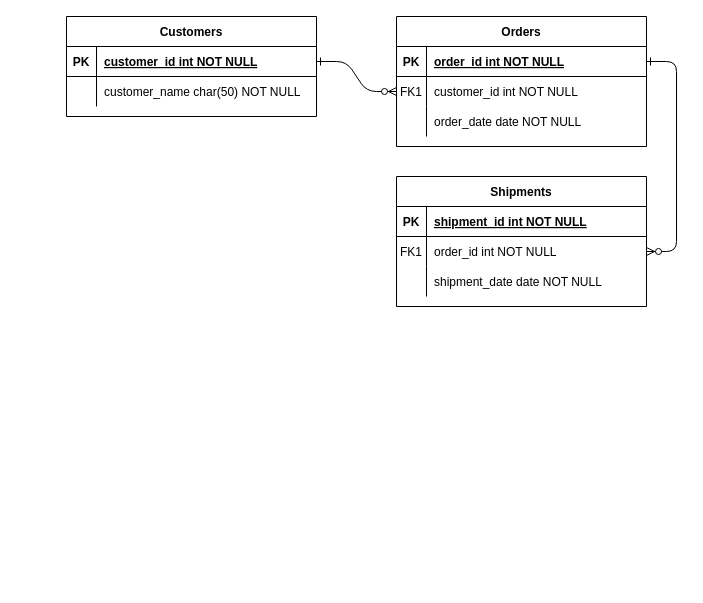
SamuelZZFD/4320-get-demo keeps this draw.io diagram as Untitled Diagram.drawio. Above is the earlier version. Source tidied: cells renumbered, new cells numbered last; positions are measured from the earlier drawing's top-left corner, leaving out a move shared by most shapes. Both pictures are drawn from the tidied source at 100%, with x=0, y=0 at pixel (66, 16).
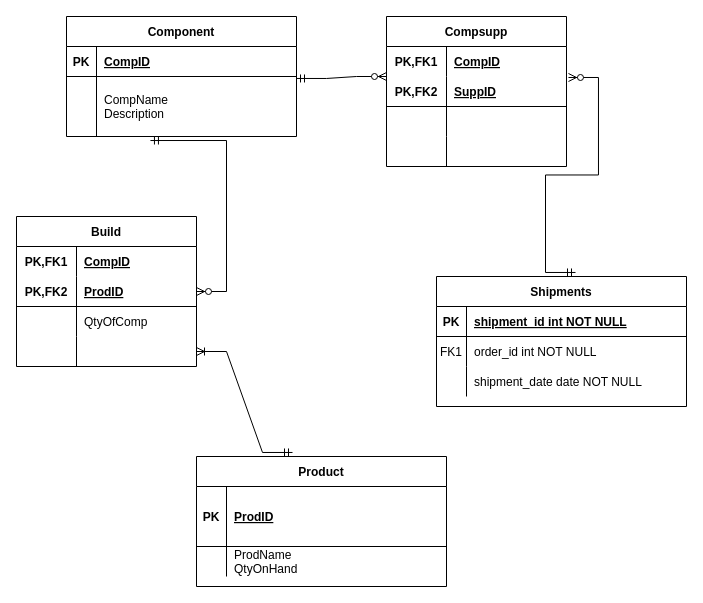
After the change.

Unchanged cells that the change refers to:
```xml
<mxCell id="11" style="shape=partialRectangle;fillColor=none;top=0;left=0;right=0;bottom=0;" parent="4" vertex="1">
  <mxGeometry y="90" width="250" height="30" as="geometry" />
</mxCell>
<mxCell id="18" style="shape=partialRectangle;fillColor=none;points=[[0,0.5],[1,0.5]];portConstraint=eastwest;top=0;left=0;right=0;bottom=0;" parent="14" vertex="1">
  <mxGeometry y="60" width="250" height="30" as="geometry" />
</mxCell>
```

Change to the diagram source:
```diff
@@
-    <mxCell id="2" style="edgeStyle=entityRelationEdgeStyle;endArrow=ERzeroToMany;startArrow=ERone;endFill=1;startFill=0;" parent="1" edge="1" source="25" target="8">
-      <mxGeometry relative="1" as="geometry" />
-    </mxCell>
-    <mxCell id="3" style="edgeStyle=entityRelationEdgeStyle;endArrow=ERzeroToMany;startArrow=ERone;endFill=1;startFill=0;" parent="1" edge="1" source="5" target="18">
-      <mxGeometry relative="1" as="geometry" />
-    </mxCell>
-    <mxCell id="4" value="Orders" style="shape=table;startSize=30;childLayout=tableLayout;rowLines=0;fontStyle=1;align=center;" parent="1" vertex="1">
-      <mxGeometry x="330" width="250" height="130" as="geometry" />
+    <mxCell id="4" value="Product" style="shape=table;startSize=30;childLayout=tableLayout;rowLines=0;fontStyle=1;align=center;" parent="1" vertex="1">
+      <mxGeometry x="130" y="440" width="250" height="130" as="geometry" />
     </mxCell>
     <mxCell id="5" style="shape=partialRectangle;fillColor=none;points=[[0,0.5],[1,0.5]];portConstraint=eastwest;top=0;left=0;right=0;bottom=1;" parent="4" vertex="1">
-      <mxGeometry y="30" width="250" height="30" as="geometry" />
+      <mxGeometry y="30" width="250" height="60" as="geometry" />
     </mxCell>
     <mxCell id="6" value="PK" style="shape=partialRectangle;overflow=hidden;fillColor=none;top=0;left=0;bottom=0;right=0;fontStyle=1;" parent="5" vertex="1">
-      <mxGeometry width="30" height="30" as="geometry" />
+      <mxGeometry width="30" height="60" as="geometry" />
     </mxCell>
-    <mxCell id="7" value="order_id int NOT NULL " style="shape=partialRectangle;overflow=hidden;fillColor=none;top=0;left=0;bottom=0;right=0;align=left;spacingLeft=6;fontStyle=5;" parent="5" vertex="1">
-      <mxGeometry x="30" width="220" height="30" as="geometry" />
+    <mxCell id="7" value="ProdID" style="shape=partialRectangle;overflow=hidden;fillColor=none;top=0;left=0;bottom=0;right=0;align=left;spacingLeft=6;fontStyle=5;" parent="5" vertex="1">
+      <mxGeometry x="30" width="220" height="60" as="geometry" />
     </mxCell>
-    <mxCell id="8" style="shape=partialRectangle;fillColor=none;points=[[0,0.5],[1,0.5]];portConstraint=eastwest;top=0;left=0;right=0;bottom=0;" parent="4" vertex="1">
-      <mxGeometry y="60" width="250" height="30" as="geometry" />
-    </mxCell>
-    <mxCell id="9" value="FK1" style="shape=partialRectangle;overflow=hidden;fillColor=none;top=0;left=0;bottom=0;right=0;" parent="8" vertex="1">
-      <mxGeometry width="30" height="30" as="geometry" />
-    </mxCell>
-    <mxCell id="10" value="customer_id int NOT NULL" style="shape=partialRectangle;overflow=hidden;fillColor=none;top=0;left=0;bottom=0;right=0;align=left;spacingLeft=6;" parent="8" vertex="1">
-      <mxGeometry x="30" width="220" height="30" as="geometry" />
-    </mxCell>
@@
-    <mxCell id="13" value="order_date date NOT NULL" style="shape=partialRectangle;overflow=hidden;fillColor=none;top=0;left=0;bottom=0;right=0;align=left;spacingLeft=6;" parent="11" vertex="1">
+    <mxCell id="13" value="ProdName&#10;QtyOnHand" style="shape=partialRectangle;overflow=hidden;fillColor=none;top=0;left=0;bottom=0;right=0;align=left;spacingLeft=6;" parent="11" vertex="1">
       <mxGeometry x="30" width="220" height="30" as="geometry" />
     </mxCell>
     <mxCell id="14" value="Shipments" style="shape=table;startSize=30;childLayout=tableLayout;rowLines=0;fontStyle=1;align=center;" parent="1" vertex="1">
-      <mxGeometry x="330" y="160" width="250" height="130" as="geometry" />
+      <mxGeometry x="370" y="260" width="250" height="130" as="geometry" />
     </mxCell>
@@
-    <mxCell id="24" value="Customers" style="shape=table;startSize=30;childLayout=tableLayout;rowLines=0;fontStyle=1;align=center;" parent="1" vertex="1">
-      <mxGeometry width="250" height="100" as="geometry" />
+    <mxCell id="24" value="Component" style="shape=table;startSize=30;childLayout=tableLayout;rowLines=0;fontStyle=1;align=center;" parent="1" vertex="1">
+      <mxGeometry width="230" height="120" as="geometry" />
     </mxCell>
     <mxCell id="25" style="shape=partialRectangle;fillColor=none;points=[[0,0.5],[1,0.5]];portConstraint=eastwest;top=0;left=0;right=0;bottom=1;" parent="24" vertex="1">
-      <mxGeometry y="30" width="250" height="30" as="geometry" />
+      <mxGeometry y="30" width="230" height="30" as="geometry" />
     </mxCell>
@@
-    <mxCell id="27" value="customer_id int NOT NULL " style="shape=partialRectangle;overflow=hidden;fillColor=none;top=0;left=0;bottom=0;right=0;align=left;spacingLeft=6;fontStyle=5;" parent="25" vertex="1">
-      <mxGeometry x="30" width="220" height="30" as="geometry" />
+    <mxCell id="27" value="CompID" style="shape=partialRectangle;overflow=hidden;fillColor=none;top=0;left=0;bottom=0;right=0;align=left;spacingLeft=6;fontStyle=5;" parent="25" vertex="1">
+      <mxGeometry x="30" width="200" height="30" as="geometry" />
     </mxCell>
     <mxCell id="28" style="shape=partialRectangle;fillColor=none;points=[[0,0.5],[1,0.5]];portConstraint=eastwest;top=0;left=0;right=0;bottom=0;" parent="24" vertex="1">
-      <mxGeometry y="60" width="250" height="30" as="geometry" />
+      <mxGeometry y="60" width="230" height="60" as="geometry" />
     </mxCell>
     <mxCell id="29" style="shape=partialRectangle;overflow=hidden;fillColor=none;top=0;left=0;bottom=0;right=0;" parent="28" vertex="1">
-      <mxGeometry width="30" height="30" as="geometry" />
+      <mxGeometry width="30" height="60" as="geometry" />
     </mxCell>
-    <mxCell id="30" value="customer_name char(50) NOT NULL" style="shape=partialRectangle;overflow=hidden;fillColor=none;top=0;left=0;bottom=0;right=0;align=left;spacingLeft=6;" parent="28" vertex="1">
-      <mxGeometry x="30" width="220" height="30" as="geometry" />
+    <mxCell id="30" value="CompName&#10;Description" style="shape=partialRectangle;overflow=hidden;fillColor=none;top=0;left=0;bottom=0;right=0;align=left;spacingLeft=6;" parent="28" vertex="1">
+      <mxGeometry x="30" width="200" height="60" as="geometry" />
     </mxCell>
+    <mxCell id="31" style="edgeStyle=entityRelationEdgeStyle;fontSize=12;html=1;endArrow=ERzeroToMany;startArrow=ERmandOne;rounded=0;exitX=1;exitY=0.033;exitDx=0;exitDy=0;exitPerimeter=0;" parent="1" edge="1" source="28">
+      <mxGeometry relative="1" as="geometry">
+        <mxPoint x="320" y="60" as="targetPoint" />
+      </mxGeometry>
+    </mxCell>
+    <mxCell id="32" style="edgeStyle=entityRelationEdgeStyle;fontSize=12;html=1;endArrow=ERzeroToMany;startArrow=ERmandOne;rounded=0;entryX=1.011;entryY=0.033;entryDx=0;entryDy=0;entryPerimeter=0;exitX=0.556;exitY=-0.031;exitDx=0;exitDy=0;exitPerimeter=0;" parent="1" edge="1" source="14" target="51">
+      <mxGeometry relative="1" as="geometry" />
+    </mxCell>
+    <mxCell id="33" style="edgeStyle=entityRelationEdgeStyle;fontSize=12;html=1;endArrow=ERzeroToMany;startArrow=ERmandOne;rounded=0;exitX=0.365;exitY=1.067;exitDx=0;exitDy=0;exitPerimeter=0;" parent="1" edge="1" source="28" target="34">
+      <mxGeometry relative="1" as="geometry" />
+    </mxCell>
+    <mxCell id="34" value="Build" style="shape=table;startSize=30;childLayout=tableLayout;rowLines=0;fontStyle=1;align=center;" parent="1" vertex="1">
+      <mxGeometry x="-50" y="200" width="180" height="150" as="geometry" />
+    </mxCell>
+    <mxCell id="35" style="shape=tableRow;horizontal=0;startSize=0;swimlaneHead=0;swimlaneBody=0;fillColor=none;top=0;left=0;right=0;bottom=0;" parent="34" vertex="1">
+      <mxGeometry y="30" width="180" height="30" as="geometry" />
+    </mxCell>
+    <mxCell id="36" value="PK,FK1" style="shape=partialRectangle;fillColor=none;top=0;left=0;bottom=0;right=0;fontStyle=1;overflow=hidden;" parent="35" vertex="1">
+      <mxGeometry width="60" height="30" as="geometry" />
+    </mxCell>
+    <mxCell id="37" value="CompID" style="shape=partialRectangle;fillColor=none;top=0;left=0;bottom=0;right=0;align=left;spacingLeft=6;fontStyle=5;overflow=hidden;" parent="35" vertex="1">
+      <mxGeometry x="60" width="120" height="30" as="geometry" />
+    </mxCell>
+    <mxCell id="38" style="shape=tableRow;horizontal=0;startSize=0;swimlaneHead=0;swimlaneBody=0;fillColor=none;top=0;left=0;right=0;bottom=1;" parent="34" vertex="1">
+      <mxGeometry y="60" width="180" height="30" as="geometry" />
+    </mxCell>
+    <mxCell id="39" value="PK,FK2" style="shape=partialRectangle;fillColor=none;top=0;left=0;bottom=0;right=0;fontStyle=1;overflow=hidden;" parent="38" vertex="1">
+      <mxGeometry width="60" height="30" as="geometry" />
+    </mxCell>
+    <mxCell id="40" value="ProdID" style="shape=partialRectangle;fillColor=none;top=0;left=0;bottom=0;right=0;align=left;spacingLeft=6;fontStyle=5;overflow=hidden;" parent="38" vertex="1">
+      <mxGeometry x="60" width="120" height="30" as="geometry" />
+    </mxCell>
+    <mxCell id="41" style="shape=tableRow;horizontal=0;startSize=0;swimlaneHead=0;swimlaneBody=0;fillColor=none;top=0;left=0;right=0;bottom=0;" parent="34" vertex="1">
+      <mxGeometry y="90" width="180" height="30" as="geometry" />
+    </mxCell>
+    <mxCell id="42" style="shape=partialRectangle;fillColor=none;top=0;left=0;bottom=0;right=0;overflow=hidden;" parent="41" vertex="1">
+      <mxGeometry width="60" height="30" as="geometry" />
+    </mxCell>
+    <mxCell id="43" value="QtyOfComp" style="shape=partialRectangle;fillColor=none;top=0;left=0;bottom=0;right=0;align=left;spacingLeft=6;overflow=hidden;" parent="41" vertex="1">
+      <mxGeometry x="60" width="120" height="30" as="geometry" />
+    </mxCell>
+    <mxCell id="44" style="shape=tableRow;horizontal=0;startSize=0;swimlaneHead=0;swimlaneBody=0;fillColor=none;points=[[0,0.5],[1,0.5]];portConstraint=eastwest;top=0;left=0;right=0;bottom=0;" parent="34" vertex="1">
+      <mxGeometry y="120" width="180" height="30" as="geometry" />
+    </mxCell>
+    <mxCell id="45" style="shape=partialRectangle;fillColor=none;top=0;left=0;bottom=0;right=0;overflow=hidden;" parent="44" vertex="1">
+      <mxGeometry width="60" height="30" as="geometry" />
+    </mxCell>
+    <mxCell id="46" style="shape=partialRectangle;fillColor=none;top=0;left=0;bottom=0;right=0;align=left;spacingLeft=6;overflow=hidden;" parent="44" vertex="1">
+      <mxGeometry x="60" width="120" height="30" as="geometry" />
+    </mxCell>
+    <mxCell id="47" value="Compsupp" style="shape=table;startSize=30;childLayout=tableLayout;rowLines=0;fontStyle=1;align=center;" parent="1" vertex="1">
+      <mxGeometry x="320" width="180" height="150" as="geometry" />
+    </mxCell>
+    <mxCell id="48" style="shape=tableRow;horizontal=0;startSize=0;swimlaneHead=0;swimlaneBody=0;fillColor=none;top=0;left=0;right=0;bottom=0;" parent="47" vertex="1">
+      <mxGeometry y="30" width="180" height="30" as="geometry" />
+    </mxCell>
+    <mxCell id="49" value="PK,FK1" style="shape=partialRectangle;fillColor=none;top=0;left=0;bottom=0;right=0;fontStyle=1;overflow=hidden;" parent="48" vertex="1">
+      <mxGeometry width="60" height="30" as="geometry" />
+    </mxCell>
+    <mxCell id="50" value="CompID" style="shape=partialRectangle;fillColor=none;top=0;left=0;bottom=0;right=0;align=left;spacingLeft=6;fontStyle=5;overflow=hidden;" parent="48" vertex="1">
+      <mxGeometry x="60" width="120" height="30" as="geometry" />
+    </mxCell>
+    <mxCell id="51" style="shape=tableRow;horizontal=0;startSize=0;swimlaneHead=0;swimlaneBody=0;fillColor=none;points=[[0,0.5],[1,0.5]];portConstraint=eastwest;top=0;left=0;right=0;bottom=1;" parent="47" vertex="1">
+      <mxGeometry y="60" width="180" height="30" as="geometry" />
+    </mxCell>
+    <mxCell id="52" value="PK,FK2" style="shape=partialRectangle;fillColor=none;top=0;left=0;bottom=0;right=0;fontStyle=1;overflow=hidden;" parent="51" vertex="1">
+      <mxGeometry width="60" height="30" as="geometry" />
+    </mxCell>
+    <mxCell id="53" value="SuppID" style="shape=partialRectangle;fillColor=none;top=0;left=0;bottom=0;right=0;align=left;spacingLeft=6;fontStyle=5;overflow=hidden;" parent="51" vertex="1">
+      <mxGeometry x="60" width="120" height="30" as="geometry" />
+    </mxCell>
+    <mxCell id="54" style="shape=tableRow;horizontal=0;startSize=0;swimlaneHead=0;swimlaneBody=0;fillColor=none;top=0;left=0;right=0;bottom=0;" parent="47" vertex="1">
+      <mxGeometry y="90" width="180" height="30" as="geometry" />
+    </mxCell>
+    <mxCell id="55" style="shape=partialRectangle;fillColor=none;top=0;left=0;bottom=0;right=0;overflow=hidden;" parent="54" vertex="1">
+      <mxGeometry width="60" height="30" as="geometry" />
+    </mxCell>
+    <mxCell id="56" style="shape=partialRectangle;fillColor=none;top=0;left=0;bottom=0;right=0;align=left;spacingLeft=6;overflow=hidden;" parent="54" vertex="1">
+      <mxGeometry x="60" width="120" height="30" as="geometry" />
+    </mxCell>
+    <mxCell id="57" style="shape=tableRow;horizontal=0;startSize=0;swimlaneHead=0;swimlaneBody=0;fillColor=none;top=0;left=0;right=0;bottom=0;" parent="47" vertex="1">
+      <mxGeometry y="120" width="180" height="30" as="geometry" />
+    </mxCell>
+    <mxCell id="58" style="shape=partialRectangle;fillColor=none;top=0;left=0;bottom=0;right=0;overflow=hidden;" parent="57" vertex="1">
+      <mxGeometry width="60" height="30" as="geometry" />
+    </mxCell>
+    <mxCell id="59" style="shape=partialRectangle;fillColor=none;top=0;left=0;bottom=0;right=0;align=left;spacingLeft=6;overflow=hidden;" parent="57" vertex="1">
+      <mxGeometry x="60" width="120" height="30" as="geometry" />
+    </mxCell>
+    <mxCell id="60" style="edgeStyle=entityRelationEdgeStyle;fontSize=12;html=1;endArrow=ERoneToMany;startArrow=ERmandOne;rounded=0;exitX=0.384;exitY=-0.031;exitDx=0;exitDy=0;exitPerimeter=0;" parent="1" edge="1" source="4" target="44">
+      <mxGeometry relative="1" as="geometry" />
+    </mxCell>
```
